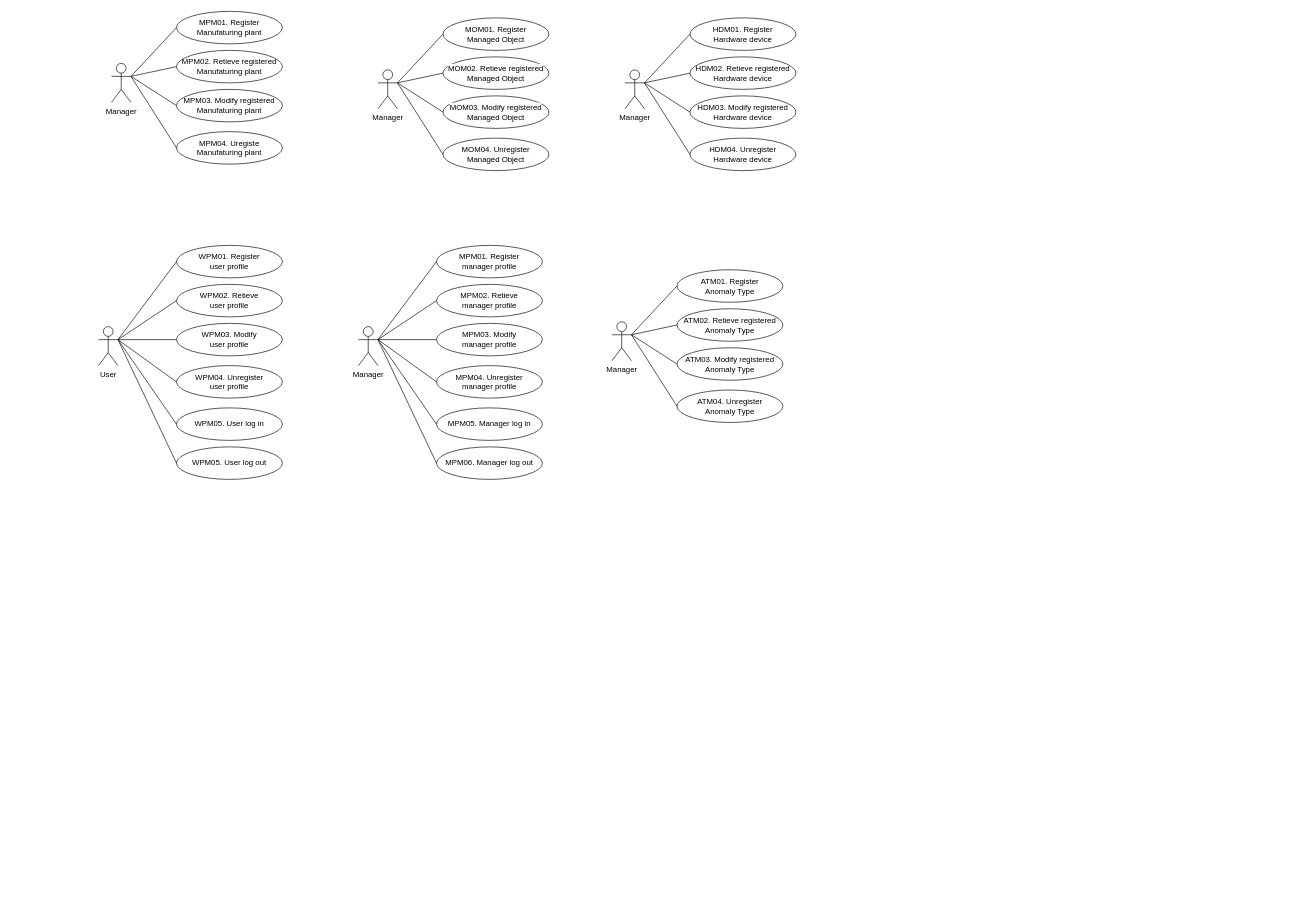
The draw.io diagram aa보고서_usecase_diagram.drawio in ShineSoYoung/TEST, before the edit. Source tidied: cells renumbered, new cells numbered last; positions are measured from the earlier drawing's top-left corner, leaving out a move shared by most shapes. Both pictures are drawn from the tidied source at 65%, with x=0, y=0 at pixel (98, 11).
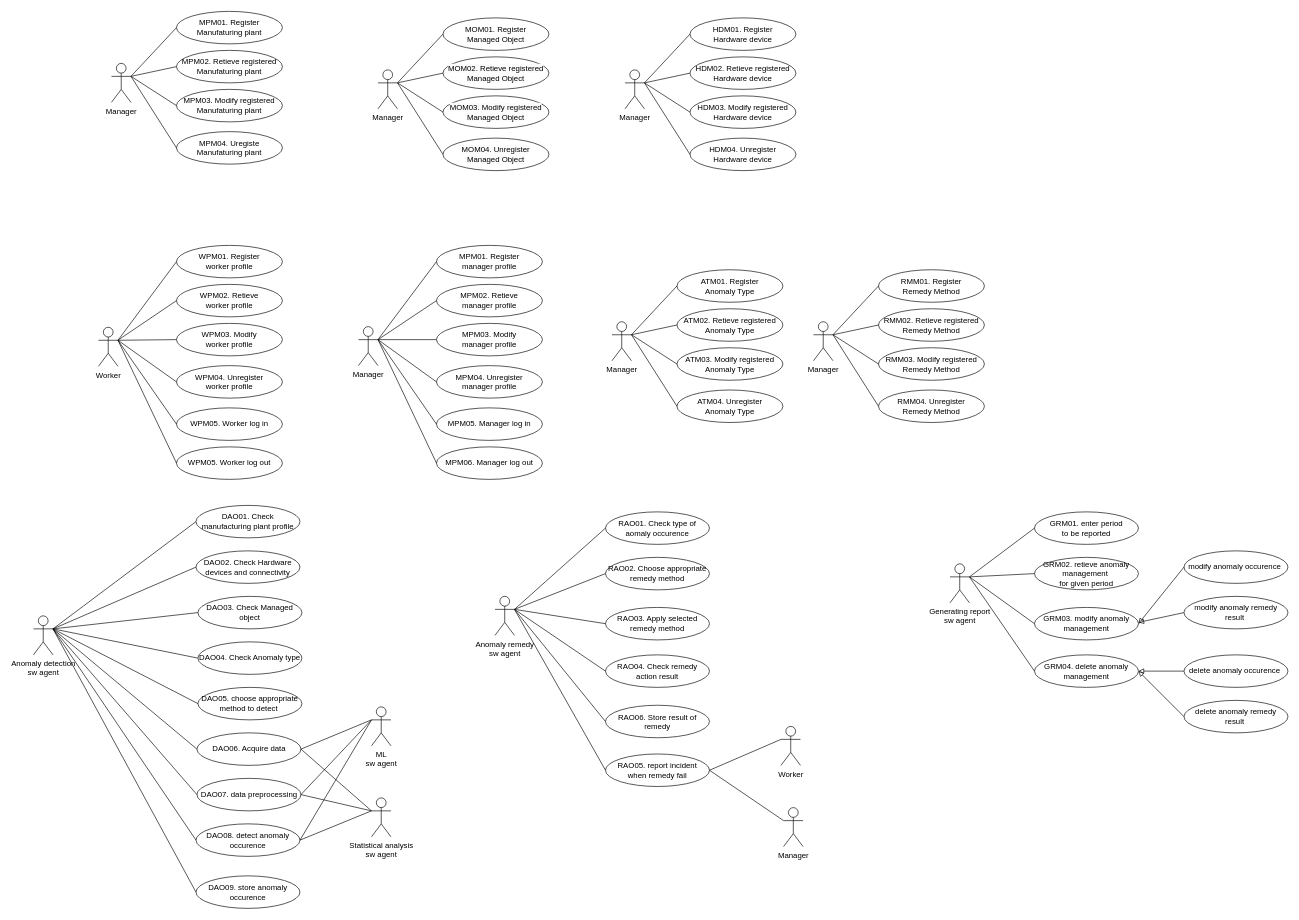
Above is the later version.

Commit message:
aa보고서_usecase_diagram.drawio 업데이트

Diff of the diagram source:
```diff
@@
-    <mxCell id="29" value="User" style="shape=umlActor;verticalLabelPosition=bottom;verticalAlign=top;html=1;outlineConnect=0;" parent="1" vertex="1">
-      <mxGeometry y="485" width="30" height="60" as="geometry" />
+    <mxCell id="29" value="Worker" style="shape=umlActor;verticalLabelPosition=bottom;verticalAlign=top;html=1;outlineConnect=0;" parent="1" vertex="1">
+      <mxGeometry y="486" width="30" height="60" as="geometry" />
     </mxCell>
-    <mxCell id="30" value="WPM01. Register &lt;br&gt;user profile" style="ellipse;whiteSpace=wrap;html=1;" parent="1" vertex="1">
+    <mxCell id="30" value="WPM01. Register &lt;br&gt;worker profile" style="ellipse;whiteSpace=wrap;html=1;" parent="1" vertex="1">
       <mxGeometry x="120" y="360" width="163" height="50" as="geometry" />
     </mxCell>
-    <mxCell id="31" value="WPM02. Retieve&lt;br style=&quot;border-color: var(--border-color);&quot;&gt;user profile" style="ellipse;whiteSpace=wrap;html=1;" parent="1" vertex="1">
+    <mxCell id="31" value="WPM02. Retieve&lt;br style=&quot;border-color: var(--border-color);&quot;&gt;worker profile" style="ellipse;whiteSpace=wrap;html=1;" parent="1" vertex="1">
       <mxGeometry x="120" y="420" width="163" height="50" as="geometry" />
     </mxCell>
-    <mxCell id="32" value="WPM03. Modify&lt;br style=&quot;border-color: var(--border-color);&quot;&gt;user profile" style="ellipse;whiteSpace=wrap;html=1;" parent="1" vertex="1">
+    <mxCell id="32" value="WPM03. Modify&lt;br style=&quot;border-color: var(--border-color);&quot;&gt;worker profile" style="ellipse;whiteSpace=wrap;html=1;" parent="1" vertex="1">
       <mxGeometry x="120" y="480" width="163" height="50" as="geometry" />
     </mxCell>
-    <mxCell id="33" value="WPM04. Unregister&lt;br style=&quot;border-color: var(--border-color);&quot;&gt;user profile" style="ellipse;whiteSpace=wrap;html=1;" parent="1" vertex="1">
+    <mxCell id="33" value="WPM04. Unregister&lt;br style=&quot;border-color: var(--border-color);&quot;&gt;worker profile" style="ellipse;whiteSpace=wrap;html=1;" parent="1" vertex="1">
       <mxGeometry x="120" y="545" width="163" height="50" as="geometry" />
     </mxCell>
@@
-    <mxCell id="38" value="WPM05. User log in" style="ellipse;whiteSpace=wrap;html=1;" parent="1" vertex="1">
+    <mxCell id="38" value="WPM05. Worker log in" style="ellipse;whiteSpace=wrap;html=1;" parent="1" vertex="1">
       <mxGeometry x="120" y="610" width="163" height="50" as="geometry" />
     </mxCell>
-    <mxCell id="39" value="WPM05. User log out" style="ellipse;whiteSpace=wrap;html=1;" parent="1" vertex="1">
+    <mxCell id="39" value="WPM05. Worker log out" style="ellipse;whiteSpace=wrap;html=1;" parent="1" vertex="1">
       <mxGeometry x="120" y="670" width="163" height="50" as="geometry" />
     </mxCell>
@@
+    <mxCell id="64" value="Manager" style="shape=umlActor;verticalLabelPosition=bottom;verticalAlign=top;html=1;outlineConnect=0;" parent="1" vertex="1">
+      <mxGeometry x="1100" y="477.5" width="30" height="60" as="geometry" />
+    </mxCell>
+    <mxCell id="65" value="RMM01. Register &lt;br&gt;Remedy Method" style="ellipse;whiteSpace=wrap;html=1;" parent="1" vertex="1">
+      <mxGeometry x="1200" y="397.5" width="163" height="50" as="geometry" />
+    </mxCell>
+    <mxCell id="66" value="RMM02. Retieve registered Remedy Method" style="ellipse;whiteSpace=wrap;html=1;" parent="1" vertex="1">
+      <mxGeometry x="1200" y="457.5" width="163" height="50" as="geometry" />
+    </mxCell>
+    <mxCell id="67" value="RMM03. Modify registered Remedy Method" style="ellipse;whiteSpace=wrap;html=1;" parent="1" vertex="1">
+      <mxGeometry x="1200" y="517.5" width="163" height="50" as="geometry" />
+    </mxCell>
+    <mxCell id="68" value="RMM04. Unregister &lt;br&gt;Remedy Method" style="ellipse;whiteSpace=wrap;html=1;" parent="1" vertex="1">
+      <mxGeometry x="1200" y="582.5" width="163" height="50" as="geometry" />
+    </mxCell>
+    <mxCell id="69" style="endArrow=none;html=1;rounded=0;exitX=1;exitY=0.3333333333333333;exitDx=0;exitDy=0;exitPerimeter=0;entryX=0;entryY=0.5;entryDx=0;entryDy=0;" parent="1" edge="1" source="64" target="65">
+      <mxGeometry relative="1" as="geometry" />
+    </mxCell>
+    <mxCell id="70" style="endArrow=none;html=1;rounded=0;entryX=0;entryY=0.5;entryDx=0;entryDy=0;" parent="1" edge="1" target="66">
+      <mxGeometry relative="1" as="geometry">
+        <mxPoint x="1130" y="497.5" as="sourcePoint" />
+      </mxGeometry>
+    </mxCell>
+    <mxCell id="71" style="endArrow=none;html=1;rounded=0;entryX=0;entryY=0.5;entryDx=0;entryDy=0;" parent="1" edge="1" target="67">
+      <mxGeometry relative="1" as="geometry">
+        <mxPoint x="1130" y="497.5" as="sourcePoint" />
+      </mxGeometry>
+    </mxCell>
+    <mxCell id="72" style="endArrow=none;html=1;rounded=0;entryX=0;entryY=0.5;entryDx=0;entryDy=0;" parent="1" edge="1" target="68">
+      <mxGeometry relative="1" as="geometry">
+        <mxPoint x="1130" y="497.5" as="sourcePoint" />
+      </mxGeometry>
+    </mxCell>
+    <mxCell id="73" value="Anomaly detection&lt;br&gt;sw agent" style="shape=umlActor;verticalLabelPosition=bottom;verticalAlign=top;html=1;outlineConnect=0;" parent="1" vertex="1">
+      <mxGeometry x="-100" y="930" width="30" height="60" as="geometry" />
+    </mxCell>
+    <mxCell id="74" value="DAO01. Check manufacturing plant profile" style="ellipse;whiteSpace=wrap;html=1;" parent="1" vertex="1">
+      <mxGeometry x="150" y="760" width="160" height="50" as="geometry" />
+    </mxCell>
+    <mxCell id="75" value="DAO02. Check Hardware devices and connectivity" style="ellipse;whiteSpace=wrap;html=1;" parent="1" vertex="1">
+      <mxGeometry x="150" y="830" width="160" height="50" as="geometry" />
+    </mxCell>
+    <mxCell id="76" value="DAO03. Check Managed object" style="ellipse;whiteSpace=wrap;html=1;" parent="1" vertex="1">
+      <mxGeometry x="153" y="900" width="160" height="50" as="geometry" />
+    </mxCell>
+    <mxCell id="77" value="DAO04. Check Anomaly type" style="ellipse;whiteSpace=wrap;html=1;" parent="1" vertex="1">
+      <mxGeometry x="153" y="970" width="160" height="50" as="geometry" />
+    </mxCell>
+    <mxCell id="78" value="DAO06. Acquire data" style="ellipse;whiteSpace=wrap;html=1;" parent="1" vertex="1">
+      <mxGeometry x="151.5" y="1110" width="160" height="50" as="geometry" />
+    </mxCell>
+    <mxCell id="79" value="DAO07. data preprocessing" style="ellipse;whiteSpace=wrap;html=1;" parent="1" vertex="1">
+      <mxGeometry x="151.5" y="1180" width="160" height="50" as="geometry" />
+    </mxCell>
+    <mxCell id="80" value="DAO05. choose appropriate method to detect&amp;nbsp;" style="ellipse;whiteSpace=wrap;html=1;" parent="1" vertex="1">
+      <mxGeometry x="153" y="1040" width="160" height="50" as="geometry" />
+    </mxCell>
+    <mxCell id="81" value="DAO08. detect anomaly occurence" style="ellipse;whiteSpace=wrap;html=1;" parent="1" vertex="1">
+      <mxGeometry x="150" y="1250" width="160" height="50" as="geometry" />
+    </mxCell>
+    <mxCell id="82" value="ML&lt;br&gt;sw agent" style="shape=umlActor;verticalLabelPosition=bottom;verticalAlign=top;html=1;outlineConnect=0;" parent="1" vertex="1">
+      <mxGeometry x="420" y="1070" width="30" height="60" as="geometry" />
+    </mxCell>
+    <mxCell id="83" value="Statistical analysis&lt;br&gt;sw agent" style="shape=umlActor;verticalLabelPosition=bottom;verticalAlign=top;html=1;outlineConnect=0;" parent="1" vertex="1">
+      <mxGeometry x="420" y="1210" width="30" height="60" as="geometry" />
+    </mxCell>
+    <mxCell id="84" style="endArrow=none;html=1;rounded=0;entryX=0;entryY=0.5;entryDx=0;entryDy=0;exitX=1;exitY=0.3333333333333333;exitDx=0;exitDy=0;exitPerimeter=0;" parent="1" edge="1" source="73" target="80">
+      <mxGeometry relative="1" as="geometry" />
+    </mxCell>
+    <mxCell id="85" style="endArrow=none;html=1;rounded=0;entryX=0;entryY=0.5;entryDx=0;entryDy=0;exitX=1;exitY=0.3333333333333333;exitDx=0;exitDy=0;exitPerimeter=0;" parent="1" edge="1" source="73" target="77">
+      <mxGeometry relative="1" as="geometry" />
+    </mxCell>
+    <mxCell id="86" style="endArrow=none;html=1;rounded=0;entryX=0;entryY=0.5;entryDx=0;entryDy=0;exitX=1;exitY=0.3333333333333333;exitDx=0;exitDy=0;exitPerimeter=0;" parent="1" edge="1" source="73" target="76">
+      <mxGeometry relative="1" as="geometry" />
+    </mxCell>
+    <mxCell id="87" style="endArrow=none;html=1;rounded=0;entryX=0;entryY=0.5;entryDx=0;entryDy=0;exitX=1;exitY=0.3333333333333333;exitDx=0;exitDy=0;exitPerimeter=0;" parent="1" edge="1" source="73" target="75">
+      <mxGeometry relative="1" as="geometry" />
+    </mxCell>
+    <mxCell id="88" style="endArrow=none;html=1;rounded=0;entryX=0;entryY=0.5;entryDx=0;entryDy=0;exitX=1;exitY=0.3333333333333333;exitDx=0;exitDy=0;exitPerimeter=0;" parent="1" edge="1" source="73" target="74">
+      <mxGeometry relative="1" as="geometry" />
+    </mxCell>
+    <mxCell id="89" style="endArrow=none;html=1;rounded=0;entryX=0;entryY=0.5;entryDx=0;entryDy=0;exitX=1;exitY=0.3333333333333333;exitDx=0;exitDy=0;exitPerimeter=0;" parent="1" edge="1" source="73" target="78">
+      <mxGeometry relative="1" as="geometry" />
+    </mxCell>
+    <mxCell id="90" style="endArrow=none;html=1;rounded=0;entryX=0;entryY=0.5;entryDx=0;entryDy=0;exitX=1;exitY=0.3333333333333333;exitDx=0;exitDy=0;exitPerimeter=0;" parent="1" edge="1" source="73" target="79">
+      <mxGeometry relative="1" as="geometry" />
+    </mxCell>
+    <mxCell id="91" style="endArrow=none;html=1;rounded=0;entryX=0;entryY=0.5;entryDx=0;entryDy=0;exitX=1;exitY=0.3333333333333333;exitDx=0;exitDy=0;exitPerimeter=0;" parent="1" edge="1" source="73" target="81">
+      <mxGeometry relative="1" as="geometry" />
+    </mxCell>
+    <mxCell id="92" style="endArrow=none;html=1;rounded=0;exitX=0;exitY=0.3333333333333333;exitDx=0;exitDy=0;exitPerimeter=0;entryX=1;entryY=0.5;entryDx=0;entryDy=0;" parent="1" edge="1" source="82" target="79">
+      <mxGeometry relative="1" as="geometry" />
+    </mxCell>
+    <mxCell id="93" style="endArrow=none;html=1;rounded=0;entryX=1;entryY=0.5;entryDx=0;entryDy=0;exitX=0;exitY=0.3333333333333333;exitDx=0;exitDy=0;exitPerimeter=0;" parent="1" edge="1" source="82" target="81">
+      <mxGeometry relative="1" as="geometry" />
+    </mxCell>
+    <mxCell id="94" style="endArrow=none;html=1;rounded=0;entryX=1;entryY=0.5;entryDx=0;entryDy=0;exitX=0;exitY=0.3333333333333333;exitDx=0;exitDy=0;exitPerimeter=0;" parent="1" edge="1" source="83" target="79">
+      <mxGeometry relative="1" as="geometry" />
+    </mxCell>
+    <mxCell id="95" style="endArrow=none;html=1;rounded=0;entryX=0;entryY=0.3333333333333333;entryDx=0;entryDy=0;entryPerimeter=0;exitX=1;exitY=0.5;exitDx=0;exitDy=0;" parent="1" edge="1" source="81" target="83">
+      <mxGeometry relative="1" as="geometry" />
+    </mxCell>
+    <mxCell id="96" style="endArrow=none;html=1;rounded=0;exitX=0;exitY=0.3333333333333333;exitDx=0;exitDy=0;exitPerimeter=0;entryX=1;entryY=0.5;entryDx=0;entryDy=0;" parent="1" edge="1" source="82" target="78">
+      <mxGeometry relative="1" as="geometry" />
+    </mxCell>
+    <mxCell id="97" style="endArrow=none;html=1;rounded=0;entryX=1;entryY=0.5;entryDx=0;entryDy=0;exitX=0;exitY=0.3333333333333333;exitDx=0;exitDy=0;exitPerimeter=0;" parent="1" edge="1" source="83" target="78">
+      <mxGeometry relative="1" as="geometry" />
+    </mxCell>
+    <mxCell id="98" value="Anomaly remedy&lt;br&gt;sw agent" style="shape=umlActor;verticalLabelPosition=bottom;verticalAlign=top;html=1;outlineConnect=0;" parent="1" vertex="1">
+      <mxGeometry x="610" y="900" width="30" height="60" as="geometry" />
+    </mxCell>
+    <mxCell id="99" value="RAO01.&amp;nbsp;Check type of aomaly occurence" style="ellipse;whiteSpace=wrap;html=1;" parent="1" vertex="1">
+      <mxGeometry x="780" y="770" width="160" height="50" as="geometry" />
+    </mxCell>
+    <mxCell id="100" value="RAO02.&amp;nbsp;Choose appropriate remedy method" style="ellipse;whiteSpace=wrap;html=1;" parent="1" vertex="1">
+      <mxGeometry x="780" y="840" width="160" height="50" as="geometry" />
+    </mxCell>
+    <mxCell id="101" value="RAO03. Apply selected remedy method" style="ellipse;whiteSpace=wrap;html=1;" parent="1" vertex="1">
+      <mxGeometry x="780" y="917" width="160" height="50" as="geometry" />
+    </mxCell>
+    <mxCell id="102" value="RAO04. Check remedy action result" style="ellipse;whiteSpace=wrap;html=1;" parent="1" vertex="1">
+      <mxGeometry x="780" y="990" width="160" height="50" as="geometry" />
+    </mxCell>
+    <mxCell id="103" value="RAO05. report incident &lt;br&gt;when remedy fail" style="ellipse;whiteSpace=wrap;html=1;" parent="1" vertex="1">
+      <mxGeometry x="780" y="1142.5" width="160" height="50" as="geometry" />
+    </mxCell>
+    <mxCell id="104" style="endArrow=none;html=1;rounded=0;entryX=0;entryY=0.5;entryDx=0;entryDy=0;exitX=1;exitY=0.3333333333333333;exitDx=0;exitDy=0;exitPerimeter=0;" parent="1" edge="1" source="98" target="99">
+      <mxGeometry relative="1" as="geometry" />
+    </mxCell>
+    <mxCell id="105" style="endArrow=none;html=1;rounded=0;entryX=0;entryY=0.5;entryDx=0;entryDy=0;exitX=1;exitY=0.3333333333333333;exitDx=0;exitDy=0;exitPerimeter=0;" parent="1" edge="1" source="98" target="100">
+      <mxGeometry relative="1" as="geometry" />
+    </mxCell>
+    <mxCell id="106" style="endArrow=none;html=1;rounded=0;entryX=0;entryY=0.5;entryDx=0;entryDy=0;" parent="1" edge="1" target="101">
+      <mxGeometry relative="1" as="geometry">
+        <mxPoint x="640" y="920" as="sourcePoint" />
+      </mxGeometry>
+    </mxCell>
+    <mxCell id="107" style="endArrow=none;html=1;rounded=0;entryX=0;entryY=0.5;entryDx=0;entryDy=0;" parent="1" edge="1" target="102">
+      <mxGeometry relative="1" as="geometry">
+        <mxPoint x="640" y="920" as="sourcePoint" />
+      </mxGeometry>
+    </mxCell>
+    <mxCell id="108" style="endArrow=none;html=1;rounded=0;entryX=0;entryY=0.5;entryDx=0;entryDy=0;exitX=1;exitY=0.3333333333333333;exitDx=0;exitDy=0;exitPerimeter=0;" parent="1" edge="1" source="98" target="103">
+      <mxGeometry relative="1" as="geometry" />
+    </mxCell>
+    <mxCell id="109" value="Worker" style="shape=umlActor;verticalLabelPosition=bottom;verticalAlign=top;html=1;outlineConnect=0;" parent="1" vertex="1">
+      <mxGeometry x="1050" y="1100" width="30" height="60" as="geometry" />
+    </mxCell>
+    <mxCell id="110" value="Manager" style="shape=umlActor;verticalLabelPosition=bottom;verticalAlign=top;html=1;outlineConnect=0;" parent="1" vertex="1">
+      <mxGeometry x="1054" y="1225" width="30" height="60" as="geometry" />
+    </mxCell>
+    <mxCell id="111" style="endArrow=none;html=1;rounded=0;entryX=1;entryY=0.5;entryDx=0;entryDy=0;exitX=0;exitY=0.3333333333333333;exitDx=0;exitDy=0;exitPerimeter=0;" parent="1" edge="1" source="109" target="103">
+      <mxGeometry relative="1" as="geometry" />
+    </mxCell>
+    <mxCell id="112" style="endArrow=none;html=1;rounded=0;entryX=1;entryY=0.5;entryDx=0;entryDy=0;exitX=0;exitY=0.3333333333333333;exitDx=0;exitDy=0;exitPerimeter=0;" parent="1" edge="1" source="110" target="103">
+      <mxGeometry relative="1" as="geometry" />
+    </mxCell>
+    <mxCell id="113" value="Generating report&lt;br&gt;sw agent" style="shape=umlActor;verticalLabelPosition=bottom;verticalAlign=top;html=1;outlineConnect=0;" parent="1" vertex="1">
+      <mxGeometry x="1310" y="850" width="30" height="60" as="geometry" />
+    </mxCell>
+    <mxCell id="114" value="GRM01. enter period &lt;br&gt;to be reported" style="ellipse;whiteSpace=wrap;html=1;" parent="1" vertex="1">
+      <mxGeometry x="1440" y="770" width="160" height="50" as="geometry" />
+    </mxCell>
+    <mxCell id="115" value="RAO06. Store result of remedy" style="ellipse;whiteSpace=wrap;html=1;" parent="1" vertex="1">
+      <mxGeometry x="780" y="1067.5" width="160" height="50" as="geometry" />
+    </mxCell>
+    <mxCell id="116" style="endArrow=none;html=1;rounded=0;entryX=0;entryY=0.5;entryDx=0;entryDy=0;" parent="1" edge="1" target="115">
+      <mxGeometry relative="1" as="geometry">
+        <mxPoint x="640" y="920" as="sourcePoint" />
+      </mxGeometry>
+    </mxCell>
+    <mxCell id="117" value="GRM02. retieve anomaly management&amp;nbsp;&lt;br&gt;for given period" style="ellipse;whiteSpace=wrap;html=1;" parent="1" vertex="1">
+      <mxGeometry x="1440" y="840" width="160" height="50" as="geometry" />
+    </mxCell>
+    <mxCell id="118" value="GRM03. modify anomaly management" style="ellipse;whiteSpace=wrap;html=1;" parent="1" vertex="1">
+      <mxGeometry x="1440" y="917" width="160" height="50" as="geometry" />
+    </mxCell>
+    <mxCell id="119" value="DAO09. store anomaly occurence" style="ellipse;whiteSpace=wrap;html=1;" parent="1" vertex="1">
+      <mxGeometry x="150" y="1330" width="160" height="50" as="geometry" />
+    </mxCell>
+    <mxCell id="120" style="endArrow=none;html=1;rounded=0;entryX=0;entryY=0.5;entryDx=0;entryDy=0;exitX=1;exitY=0.3333333333333333;exitDx=0;exitDy=0;exitPerimeter=0;" parent="1" edge="1" source="73" target="119">
+      <mxGeometry relative="1" as="geometry" />
+    </mxCell>
+    <mxCell id="121" value="GRM04. delete anomaly management" style="ellipse;whiteSpace=wrap;html=1;" parent="1" vertex="1">
+      <mxGeometry x="1440" y="990" width="160" height="50" as="geometry" />
+    </mxCell>
+    <mxCell id="122" value="modify anomaly occurence&amp;nbsp;" style="ellipse;whiteSpace=wrap;html=1;" parent="1" vertex="1">
+      <mxGeometry x="1670" y="830" width="160" height="50" as="geometry" />
+    </mxCell>
+    <mxCell id="123" value="modify anomaly remedy result&amp;nbsp;" style="ellipse;whiteSpace=wrap;html=1;" parent="1" vertex="1">
+      <mxGeometry x="1670" y="900" width="160" height="50" as="geometry" />
+    </mxCell>
+    <mxCell id="124" value="delete anomaly occurence&amp;nbsp;" style="ellipse;whiteSpace=wrap;html=1;" parent="1" vertex="1">
+      <mxGeometry x="1670" y="990" width="160" height="50" as="geometry" />
+    </mxCell>
+    <mxCell id="125" value="delete anomaly remedy result&amp;nbsp;" style="ellipse;whiteSpace=wrap;html=1;" parent="1" vertex="1">
+      <mxGeometry x="1670" y="1060" width="160" height="50" as="geometry" />
+    </mxCell>
+    <mxCell id="126" style="endArrow=block;html=1;rounded=0;exitX=0;exitY=0.5;exitDx=0;exitDy=0;entryX=1;entryY=0.5;entryDx=0;entryDy=0;endFill=0;strokeWidth=1;" parent="1" edge="1" source="122" target="118">
+      <mxGeometry relative="1" as="geometry" />
+    </mxCell>
+    <mxCell id="127" style="endArrow=block;html=1;rounded=0;exitX=0;exitY=0.5;exitDx=0;exitDy=0;endFill=0;strokeWidth=1;" parent="1" edge="1" source="123">
+      <mxGeometry relative="1" as="geometry">
+        <mxPoint x="1600" y="940" as="targetPoint" />
+      </mxGeometry>
+    </mxCell>
+    <mxCell id="128" style="endArrow=block;html=1;rounded=0;exitX=0;exitY=0.5;exitDx=0;exitDy=0;endFill=0;strokeWidth=1;entryX=1;entryY=0.5;entryDx=0;entryDy=0;" parent="1" edge="1" source="124" target="121">
+      <mxGeometry relative="1" as="geometry" />
+    </mxCell>
+    <mxCell id="129" style="endArrow=block;html=1;rounded=0;exitX=0;exitY=0.5;exitDx=0;exitDy=0;endFill=0;strokeWidth=1;entryX=1;entryY=0.5;entryDx=0;entryDy=0;" parent="1" edge="1" source="125" target="121">
+      <mxGeometry relative="1" as="geometry" />
+    </mxCell>
+    <mxCell id="130" style="endArrow=none;html=1;rounded=0;entryX=1;entryY=0.3333333333333333;entryDx=0;entryDy=0;exitX=0;exitY=0.5;exitDx=0;exitDy=0;entryPerimeter=0;" parent="1" edge="1" source="114" target="113">
+      <mxGeometry relative="1" as="geometry" />
+    </mxCell>
+    <mxCell id="131" style="endArrow=none;html=1;rounded=0;entryX=1;entryY=0.3333333333333333;entryDx=0;entryDy=0;exitX=0;exitY=0.5;exitDx=0;exitDy=0;entryPerimeter=0;" parent="1" edge="1" source="117" target="113">
+      <mxGeometry relative="1" as="geometry" />
+    </mxCell>
+    <mxCell id="132" style="endArrow=none;html=1;rounded=0;exitX=0;exitY=0.5;exitDx=0;exitDy=0;entryX=1;entryY=0.3333333333333333;entryDx=0;entryDy=0;entryPerimeter=0;" parent="1" edge="1" source="118" target="113">
+      <mxGeometry relative="1" as="geometry" />
+    </mxCell>
+    <mxCell id="133" style="endArrow=none;html=1;rounded=0;exitX=0;exitY=0.5;exitDx=0;exitDy=0;entryX=1;entryY=0.3333333333333333;entryDx=0;entryDy=0;entryPerimeter=0;" parent="1" edge="1" source="121" target="113">
+      <mxGeometry relative="1" as="geometry" />
+    </mxCell>
```
